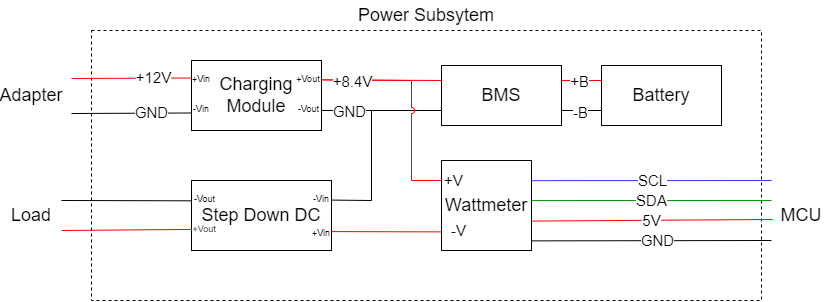
This is paper-kelompok/power-schematic.png from balkan16/Tugas-Akhir-1, a draw.io export, as it was before one commit. Source tidied: cells renumbered, new cells last; positions are measured from the earlier drawing's top-left corner, leaving out a move shared by most shapes.
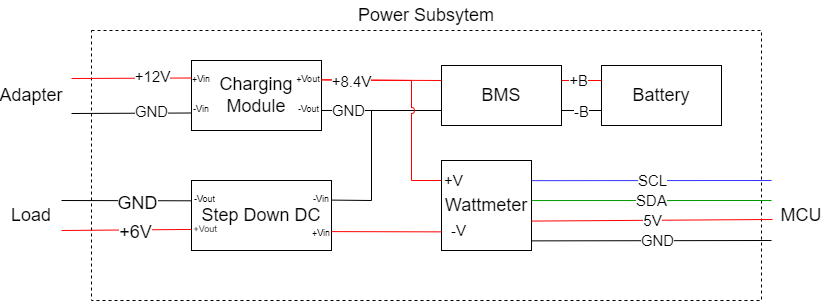
After the change.

The edit, as a diff of the source:
```diff
@@ -153,8 +153,14 @@
     <mxCell id="41" style="endArrow=none;html=1;rounded=0;strokeColor=#000000;fontSize=18;jumpStyle=arc;entryX=0.002;entryY=0.29;entryDx=0;entryDy=0;exitX=1;exitY=0;exitDx=0;exitDy=0;entryPerimeter=0;" parent="1" edge="1" source="36" target="3">
       <mxGeometry relative="1" as="geometry" />
     </mxCell>
+    <mxCell id="43" value="GND" style="edgeLabel;html=1;align=center;verticalAlign=middle;fontSize=18;" parent="41" vertex="1">
+      <mxGeometry x="0.17" y="-2" relative="1" as="geometry" />
+    </mxCell>
     <mxCell id="42" style="endArrow=none;html=1;rounded=0;strokeColor=#FF0000;fontSize=18;jumpStyle=arc;entryX=-0.003;entryY=0.699;entryDx=0;entryDy=0;exitX=1;exitY=1;exitDx=0;exitDy=0;entryPerimeter=0;" parent="1" edge="1" source="36" target="3">
       <mxGeometry relative="1" as="geometry" />
     </mxCell>
+    <mxCell id="44" value="+6V" style="edgeLabel;html=1;align=center;verticalAlign=middle;fontSize=18;" parent="42" vertex="1">
+      <mxGeometry x="0.14" y="-2" relative="1" as="geometry" />
+    </mxCell>
   </root>
 </mxGraphModel>
```
